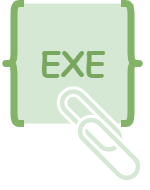
Before: image/link.png, a diagram exported from draw.io (vxlang/vxlang.github.io). Source tidied: cells renumbered, new cells last; positions are measured from the earlier drawing's top-left corner, leaving out a move shared by most shapes.
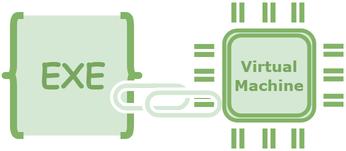
After the commit.

The edit, as a diff of the source:
```diff
@@ -2,20 +2,95 @@
   <root>
     <mxCell id="0" />
     <mxCell id="1" parent="0" />
-    <mxCell id="2" value="&lt;b&gt;&lt;font color=&quot;#78a65f&quot; style=&quot;&quot;&gt;&lt;font style=&quot;font-size: 33px;&quot; face=&quot;Comic Sans MS&quot;&gt;EXE&lt;/font&gt;&lt;br&gt;&lt;/font&gt;&lt;/b&gt;" style="rounded=0;whiteSpace=wrap;html=1;strokeWidth=7;fillColor=#d5e8d4;strokeColor=none;" parent="1" vertex="1">
-      <mxGeometry x="10.5" width="120" height="120" as="geometry" />
+    <mxCell id="2" style="endArrow=none;html=1;rounded=1;fontFamily=Comic Sans MS;fontSize=18;fontColor=#78A65F;strokeWidth=5;fillColor=#d5e8d4;strokeColor=#82b366;shape=link;" parent="1" edge="1">
+      <mxGeometry relative="1" as="geometry">
+        <mxPoint x="585.8" y="-198" as="sourcePoint" />
+        <mxPoint x="565.8" y="-198" as="targetPoint" />
+      </mxGeometry>
     </mxCell>
-    <mxCell id="3" style="verticalLabelPosition=bottom;verticalAlign=top;html=1;shape=mxgraph.basic.rounded_frame;dx=10;whiteSpace=wrap;strokeWidth=3;fillColor=#d5e8d4;rotation=-135;strokeColor=#FFFFFF;" parent="1" vertex="1">
-      <mxGeometry x="47.5" y="102" width="80" height="30" as="geometry" />
+    <mxCell id="3" value="&lt;b&gt;&lt;font color=&quot;#78a65f&quot; style=&quot;&quot;&gt;&lt;font style=&quot;font-size: 33px;&quot; face=&quot;Comic Sans MS&quot;&gt;EXE&lt;/font&gt;&lt;br&gt;&lt;/font&gt;&lt;/b&gt;" style="rounded=0;whiteSpace=wrap;html=1;strokeWidth=7;fillColor=#d5e8d4;strokeColor=none;" parent="1" vertex="1">
+      <mxGeometry x="385" y="-283" width="120" height="120" as="geometry" />
     </mxCell>
     <mxCell id="4" style="shape=curlyBracket;whiteSpace=wrap;html=1;rounded=1;labelPosition=left;verticalLabelPosition=middle;align=right;verticalAlign=middle;strokeWidth=7;fillColor=#d5e8d4;strokeColor=#82b366;" parent="1" vertex="1">
-      <mxGeometry x="0.5" width="20" height="120" as="geometry" />
+      <mxGeometry x="375" y="-283" width="20" height="120" as="geometry" />
     </mxCell>
     <mxCell id="5" style="shape=curlyBracket;whiteSpace=wrap;html=1;rounded=1;flipH=1;labelPosition=right;verticalLabelPosition=middle;align=left;verticalAlign=middle;strokeWidth=7;fillColor=#d5e8d4;strokeColor=#82b366;" parent="1" vertex="1">
-      <mxGeometry x="117.5" width="20" height="120" as="geometry" />
+      <mxGeometry x="492" y="-283" width="20" height="120" as="geometry" />
     </mxCell>
-    <mxCell id="6" style="verticalLabelPosition=bottom;verticalAlign=top;html=1;shape=mxgraph.basic.rounded_frame;dx=10;whiteSpace=wrap;strokeWidth=3;fillColor=#d5e8d4;rotation=-135;strokeColor=#FFFFFF;" parent="1" vertex="1">
-      <mxGeometry x="65.5" y="130.4" width="80" height="30" as="geometry" />
+    <mxCell id="6" style="verticalLabelPosition=bottom;verticalAlign=top;html=1;shape=mxgraph.basic.rounded_frame;dx=10;whiteSpace=wrap;strokeWidth=3;fillColor=#d5e8d4;rotation=-180;strokeColor=#FFFFFF;" parent="1" vertex="1">
+      <mxGeometry x="483" y="-216.5" width="80" height="30" as="geometry" />
     </mxCell>
+    <mxCell id="7" style="verticalLabelPosition=bottom;verticalAlign=top;html=1;shape=mxgraph.basic.rounded_frame;dx=10;whiteSpace=wrap;strokeWidth=3;fillColor=#d5e8d4;rotation=-180;strokeColor=#FFFFFF;" parent="1" vertex="1">
+      <mxGeometry x="515" y="-209.5" width="80" height="30" as="geometry" />
+    </mxCell>
+    <mxCell id="8" value="&lt;font face=&quot;Verdana&quot; color=&quot;#78a65f&quot; style=&quot;font-size: 15px;&quot;&gt;&lt;b style=&quot;&quot;&gt;Virtual&lt;br&gt;Machine&lt;/b&gt;&lt;/font&gt;" style="shape=ext;double=1;rounded=1;whiteSpace=wrap;html=1;strokeColor=#82b366;strokeWidth=4;fillColor=#d5e8d4;gradientDirection=east;" parent="1" vertex="1">
+      <mxGeometry x="595.8" y="-268" width="90" height="90" as="geometry" />
+    </mxCell>
+    <mxCell id="9" style="endArrow=none;html=1;rounded=1;fontFamily=Comic Sans MS;fontSize=18;fontColor=#78A65F;strokeWidth=5;fillColor=#d5e8d4;strokeColor=#82b366;shape=link;" parent="1" edge="1">
+      <mxGeometry relative="1" as="geometry">
+        <mxPoint x="585.8" y="-223.3" as="sourcePoint" />
+        <mxPoint x="565.8" y="-223.3" as="targetPoint" />
+      </mxGeometry>
+    </mxCell>
+    <mxCell id="10" style="endArrow=none;html=1;rounded=1;fontFamily=Comic Sans MS;fontSize=18;fontColor=#78A65F;strokeWidth=5;fillColor=#d5e8d4;strokeColor=#82b366;shape=link;" parent="1" edge="1">
+      <mxGeometry relative="1" as="geometry">
+        <mxPoint x="585.8" y="-248" as="sourcePoint" />
+        <mxPoint x="565.8" y="-248" as="targetPoint" />
+      </mxGeometry>
+    </mxCell>
+    <mxCell id="11" style="endArrow=none;html=1;rounded=1;fontFamily=Comic Sans MS;fontSize=18;fontColor=#78A65F;strokeWidth=5;fillColor=#d5e8d4;strokeColor=#82b366;shape=link;" parent="1" edge="1">
+      <mxGeometry relative="1" as="geometry">
+        <mxPoint x="715" y="-198.3" as="sourcePoint" />
+        <mxPoint x="695" y="-198.3" as="targetPoint" />
+      </mxGeometry>
+    </mxCell>
+    <mxCell id="12" style="endArrow=none;html=1;rounded=1;fontFamily=Comic Sans MS;fontSize=18;fontColor=#78A65F;strokeWidth=5;fillColor=#d5e8d4;strokeColor=#82b366;shape=link;" parent="1" edge="1">
+      <mxGeometry relative="1" as="geometry">
+        <mxPoint x="715" y="-223.6" as="sourcePoint" />
+        <mxPoint x="695" y="-223.6" as="targetPoint" />
+      </mxGeometry>
+    </mxCell>
+    <mxCell id="13" style="endArrow=none;html=1;rounded=1;fontFamily=Comic Sans MS;fontSize=18;fontColor=#78A65F;strokeWidth=5;fillColor=#d5e8d4;strokeColor=#82b366;shape=link;" parent="1" edge="1">
+      <mxGeometry relative="1" as="geometry">
+        <mxPoint x="715" y="-248.3" as="sourcePoint" />
+        <mxPoint x="695" y="-248.3" as="targetPoint" />
+      </mxGeometry>
+    </mxCell>
+    <mxCell id="14" style="endArrow=none;html=1;rounded=1;fontFamily=Comic Sans MS;fontSize=18;fontColor=#78A65F;strokeWidth=5;fillColor=#d5e8d4;strokeColor=#82b366;shape=link;" parent="1" edge="1">
+      <mxGeometry relative="1" as="geometry">
+        <mxPoint x="609.4" y="-296" as="sourcePoint" />
+        <mxPoint x="609.4" y="-276" as="targetPoint" />
+      </mxGeometry>
+    </mxCell>
+    <mxCell id="15" style="endArrow=none;html=1;rounded=1;fontFamily=Comic Sans MS;fontSize=18;fontColor=#78A65F;strokeWidth=5;fillColor=#d5e8d4;strokeColor=#82b366;shape=link;" parent="1" edge="1">
+      <mxGeometry relative="1" as="geometry">
+        <mxPoint x="640.4" y="-296" as="sourcePoint" />
+        <mxPoint x="640.4" y="-276" as="targetPoint" />
+      </mxGeometry>
+    </mxCell>
+    <mxCell id="16" style="endArrow=none;html=1;rounded=1;fontFamily=Comic Sans MS;fontSize=18;fontColor=#78A65F;strokeWidth=5;fillColor=#d5e8d4;strokeColor=#82b366;shape=link;" parent="1" edge="1">
+      <mxGeometry relative="1" as="geometry">
+        <mxPoint x="669.4" y="-296" as="sourcePoint" />
+        <mxPoint x="669.4" y="-276" as="targetPoint" />
+      </mxGeometry>
+    </mxCell>
+    <mxCell id="17" style="endArrow=none;html=1;rounded=1;fontFamily=Comic Sans MS;fontSize=18;fontColor=#78A65F;strokeWidth=5;fillColor=#d5e8d4;strokeColor=#82b366;shape=link;" parent="1" edge="1">
+      <mxGeometry relative="1" as="geometry">
+        <mxPoint x="609.4" y="-170" as="sourcePoint" />
+        <mxPoint x="609.4" y="-150" as="targetPoint" />
+      </mxGeometry>
+    </mxCell>
+    <mxCell id="18" style="endArrow=none;html=1;rounded=1;fontFamily=Comic Sans MS;fontSize=18;fontColor=#78A65F;strokeWidth=5;fillColor=#d5e8d4;strokeColor=#82b366;shape=link;" parent="1" edge="1">
+      <mxGeometry relative="1" as="geometry">
+        <mxPoint x="640.4" y="-170" as="sourcePoint" />
+        <mxPoint x="640.4" y="-150" as="targetPoint" />
+      </mxGeometry>
+    </mxCell>
+    <mxCell id="19" style="endArrow=none;html=1;rounded=1;fontFamily=Comic Sans MS;fontSize=18;fontColor=#78A65F;strokeWidth=5;fillColor=#d5e8d4;strokeColor=#82b366;shape=link;" parent="1" edge="1">
+      <mxGeometry relative="1" as="geometry">
+        <mxPoint x="669.4" y="-170" as="sourcePoint" />
+        <mxPoint x="669.4" y="-150" as="targetPoint" />
+      </mxGeometry>
+    </mxCell>
   </root>
 </mxGraphModel>
```
